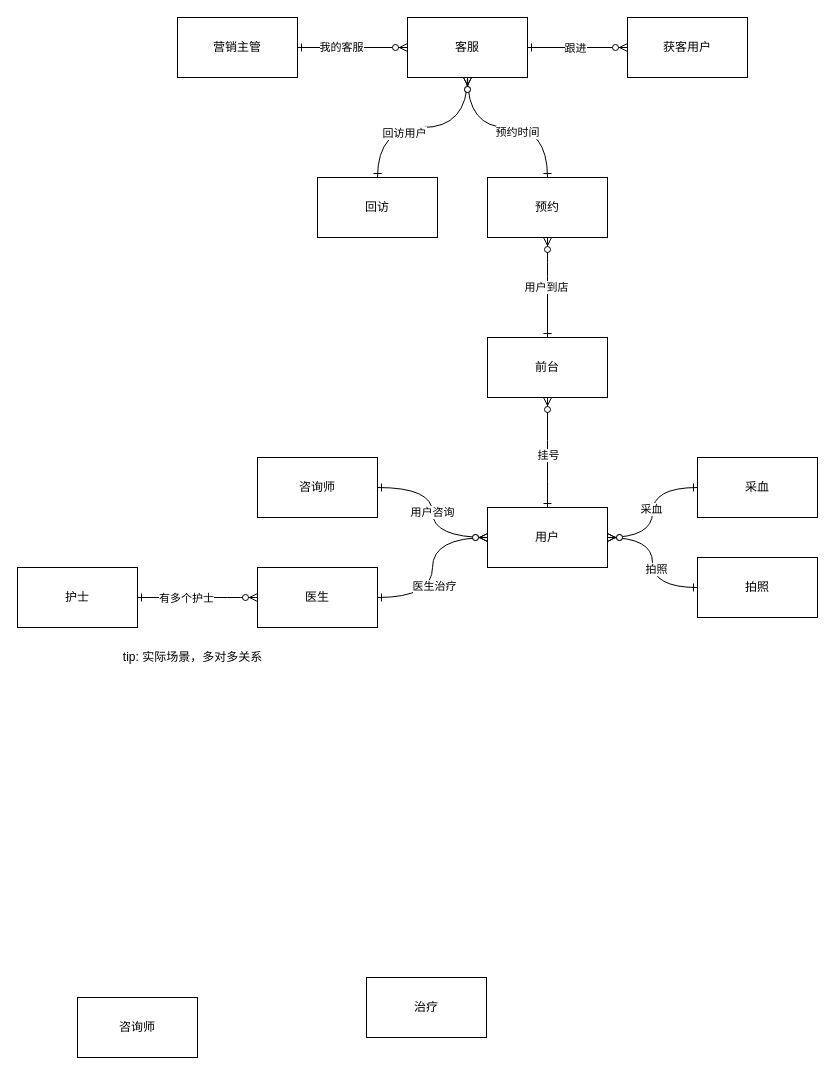
Earlier version of the draw.io diagram 牙管家/逻辑数据模型.drawio (cherishsince/diagrams.net). Source tidied: cells renumbered, new cells numbered last; positions are measured from the earlier drawing's top-left corner, leaving out a move shared by most shapes. Both pictures are drawn from the tidied source at 100%, with x=0, y=0 at pixel (17, 17).
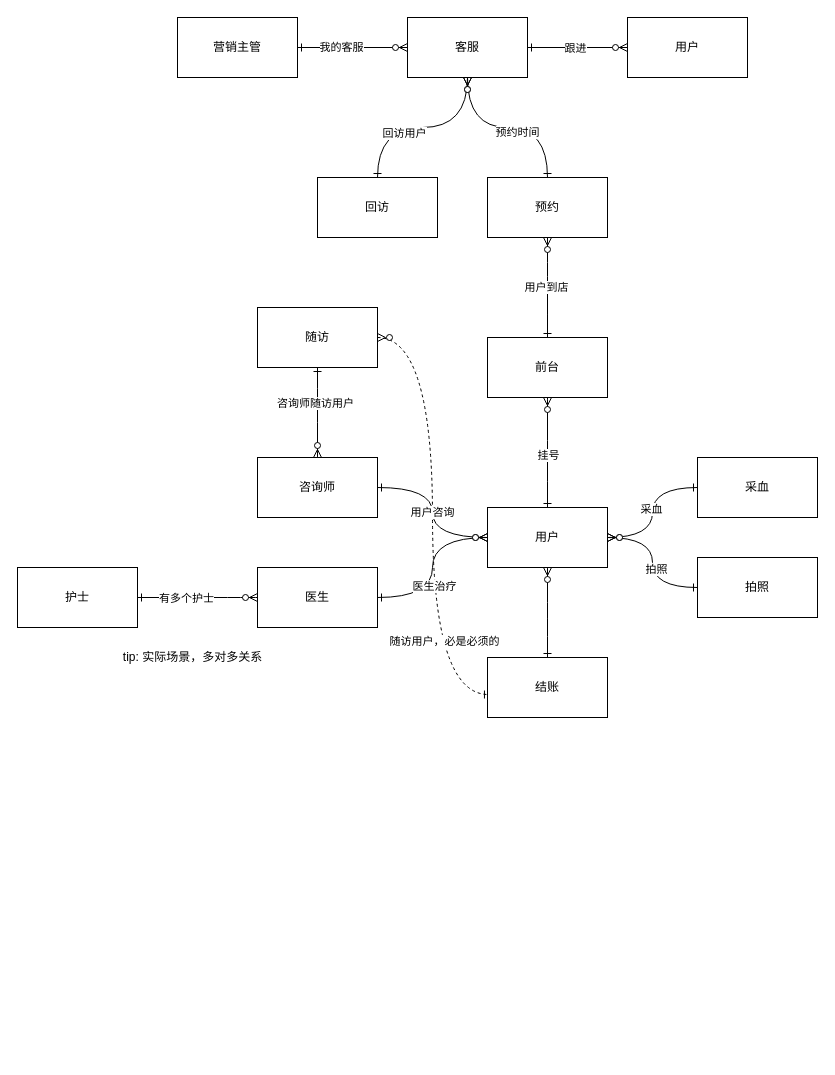
After the change.

Commit message:
更新逻辑数据模型.drawio

The change refers to these unchanged cells:
```xml
<mxCell id="27" value="用户" style="rounded=0;whiteSpace=wrap;html=1;" parent="1" vertex="1">
  <mxGeometry x="470" y="490" width="120" height="60" as="geometry" />
</mxCell>
<mxCell id="30" value="咨询师" style="rounded=0;whiteSpace=wrap;html=1;" parent="1" vertex="1">
  <mxGeometry x="240" y="440" width="120" height="60" as="geometry" />
</mxCell>
```

What changed in the source:
```diff
@@
-    <mxCell id="4" value="获客用户" style="rounded=0;whiteSpace=wrap;html=1;" parent="1" vertex="1">
+    <mxCell id="4" value="用户" style="rounded=0;whiteSpace=wrap;html=1;" parent="1" vertex="1">
       <mxGeometry x="610" width="120" height="60" as="geometry" />
     </mxCell>
@@
+    <mxCell id="38" style="edgeStyle=orthogonalEdgeStyle;curved=1;rounded=0;jettySize=auto;html=1;entryX=0.008;entryY=0.617;entryDx=0;entryDy=0;entryPerimeter=0;startArrow=ERzeroToMany;startFill=1;endArrow=ERone;endFill=0;dashed=1;" parent="1" edge="1" source="16" target="29">
+      <mxGeometry relative="1" as="geometry" />
+    </mxCell>
+    <mxCell id="39" value="随访用户，必是必须的" style="edgeLabel;html=1;align=center;verticalAlign=middle;" parent="38" vertex="1">
+      <mxGeometry x="0.53" y="11" relative="1" as="geometry" />
+    </mxCell>
-    <mxCell id="16" value="咨询师" style="rounded=0;whiteSpace=wrap;html=1;" parent="1" vertex="1">
-      <mxGeometry x="60" y="980" width="120" height="60" as="geometry" />
+    <mxCell id="16" value="随访" style="rounded=0;whiteSpace=wrap;html=1;" parent="1" vertex="1">
+      <mxGeometry x="240" y="290" width="120" height="60" as="geometry" />
     </mxCell>
@@
+    <mxCell id="40" style="edgeStyle=orthogonalEdgeStyle;curved=1;rounded=0;jettySize=auto;html=1;startArrow=ERzeroToMany;startFill=1;endArrow=ERone;endFill=0;" parent="1" edge="1" source="27" target="29">
+      <mxGeometry relative="1" as="geometry" />
+    </mxCell>
@@
-    <mxCell id="29" value="治疗" style="rounded=0;whiteSpace=wrap;html=1;" parent="1" vertex="1">
-      <mxGeometry x="349" y="960" width="120" height="60" as="geometry" />
+    <mxCell id="29" value="结账" style="rounded=0;whiteSpace=wrap;html=1;" parent="1" vertex="1">
+      <mxGeometry x="470" y="640" width="120" height="60" as="geometry" />
     </mxCell>
+    <mxCell id="41" style="edgeStyle=orthogonalEdgeStyle;curved=1;rounded=0;jettySize=auto;html=1;startArrow=ERzeroToMany;startFill=1;endArrow=ERone;endFill=0;" parent="1" edge="1" source="30" target="16">
+      <mxGeometry relative="1" as="geometry" />
+    </mxCell>
+    <mxCell id="42" value="咨询师随访用户" style="edgeLabel;html=1;align=center;verticalAlign=middle;" parent="41" vertex="1">
+      <mxGeometry x="0.22" y="3" relative="1" as="geometry" />
+    </mxCell>
```
